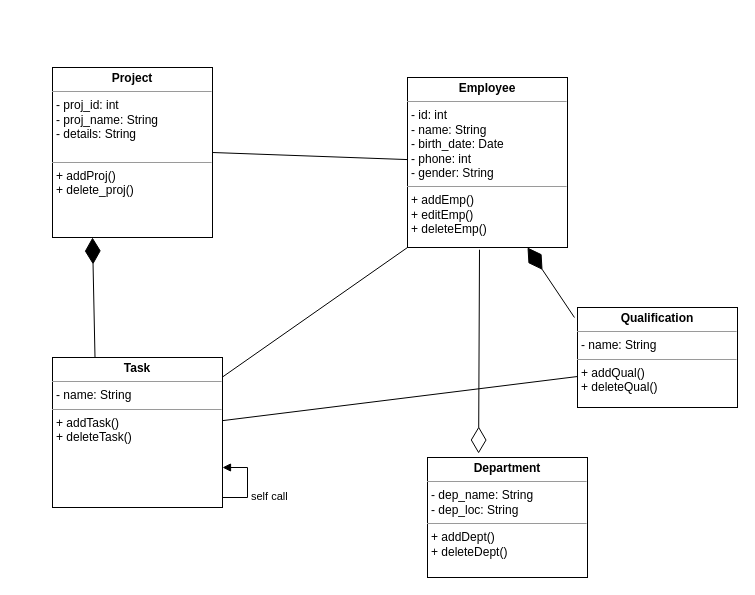
This is Employees Exercise.drawio from Ayah1510/DataModellingExercise, a draw.io file, before an edit. Source tidied: cells renumbered, new cells numbered last; positions are measured from the earlier drawing's top-left corner, leaving out a move shared by most shapes. Both pictures are drawn from the tidied source at 100%, with x=0, y=0 at pixel (52, 67).
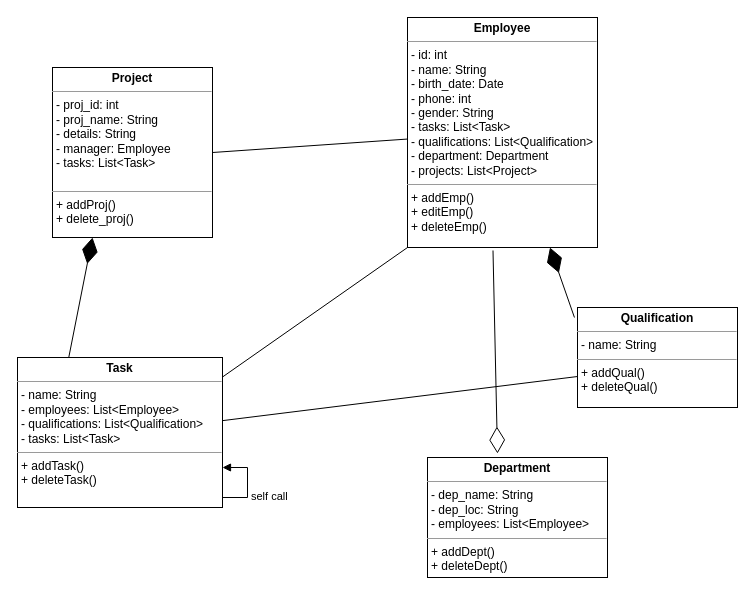
After the change.

Diff of the diagram source:
```diff
@@
 <mxGraphModel>
   <root>
     <mxCell id="0" />
     <mxCell id="1" parent="0" />
     <mxCell id="2" style="endArrow=diamondThin;endFill=1;endSize=24;html=1;rounded=0;entryX=0.25;entryY=1;entryDx=0;entryDy=0;exitX=0.25;exitY=0;exitDx=0;exitDy=0;" parent="1" edge="1" source="10" target="9">
       <mxGeometry relative="1" as="geometry" />
     </mxCell>
     <mxCell id="3" style="endArrow=diamondThin;endFill=1;endSize=24;html=1;rounded=0;entryX=0.75;entryY=1;entryDx=0;entryDy=0;exitX=-0.019;exitY=0.1;exitDx=0;exitDy=0;exitPerimeter=0;" parent="1" edge="1" source="13" target="8">
       <mxGeometry relative="1" as="geometry" />
     </mxCell>
     <mxCell id="4" style="endArrow=none;html=1;rounded=0;exitX=1;exitY=0.5;exitDx=0;exitDy=0;" parent="1" edge="1" source="9" target="8">
       <mxGeometry relative="1" as="geometry" />
     </mxCell>
     <mxCell id="5" style="endArrow=none;html=1;rounded=0;entryX=0;entryY=1;entryDx=0;entryDy=0;" parent="1" edge="1" target="8">
       <mxGeometry relative="1" as="geometry">
         <mxPoint x="155" y="320" as="sourcePoint" />
       </mxGeometry>
     </mxCell>
     <mxCell id="6" style="endArrow=none;html=1;rounded=0;exitX=1;exitY=0.5;exitDx=0;exitDy=0;entryX=0.006;entryY=0.689;entryDx=0;entryDy=0;entryPerimeter=0;" parent="1" edge="1" target="13">
       <mxGeometry relative="1" as="geometry">
         <mxPoint x="155" y="355" as="sourcePoint" />
       </mxGeometry>
     </mxCell>
-    <mxCell id="7" style="endArrow=diamondThin;endFill=0;endSize=24;html=1;rounded=0;entryX=0.079;entryY=-0.033;entryDx=0;entryDy=0;entryPerimeter=0;exitX=0.45;exitY=1.013;exitDx=0;exitDy=0;exitPerimeter=0;" parent="1" edge="1" source="8">
+    <mxCell id="7" style="endArrow=diamondThin;endFill=0;endSize=24;html=1;rounded=0;exitX=0.45;exitY=1.013;exitDx=0;exitDy=0;exitPerimeter=0;" parent="1" edge="1" source="8">
       <mxGeometry relative="1" as="geometry">
-        <mxPoint x="426.1" y="386" as="targetPoint" />
+        <mxPoint x="445" y="386" as="targetPoint" />
       </mxGeometry>
     </mxCell>
-    <mxCell id="8" value="&lt;p style=&quot;margin:0px;margin-top:4px;text-align:center;&quot;&gt;&lt;b&gt;Employee&lt;/b&gt;&lt;/p&gt;&lt;hr size=&quot;1&quot;&gt;&lt;p style=&quot;margin:0px;margin-left:4px;&quot;&gt;- id: int&lt;/p&gt;&lt;p style=&quot;margin:0px;margin-left:4px;&quot;&gt;- name: String&lt;/p&gt;&lt;p style=&quot;margin:0px;margin-left:4px;&quot;&gt;- birth_date: Date&lt;/p&gt;&lt;p style=&quot;margin:0px;margin-left:4px;&quot;&gt;- phone: int&lt;/p&gt;&lt;p style=&quot;margin:0px;margin-left:4px;&quot;&gt;- gender: String&lt;/p&gt;&lt;hr size=&quot;1&quot;&gt;&lt;p style=&quot;margin:0px;margin-left:4px;&quot;&gt;+ addEmp()&lt;/p&gt;&lt;p style=&quot;margin:0px;margin-left:4px;&quot;&gt;+ editEmp()&lt;/p&gt;&lt;p style=&quot;margin:0px;margin-left:4px;&quot;&gt;+ deleteEmp()&lt;/p&gt;&lt;p style=&quot;margin:0px;margin-left:4px;&quot;&gt;&lt;br&gt;&lt;/p&gt;" style="verticalAlign=top;align=left;overflow=fill;fontSize=12;fontFamily=Helvetica;html=1;" parent="1" vertex="1">
-      <mxGeometry x="355" y="10" width="160" height="170" as="geometry" />
+    <mxCell id="8" value="&lt;p style=&quot;margin:0px;margin-top:4px;text-align:center;&quot;&gt;&lt;b&gt;Employee&lt;/b&gt;&lt;/p&gt;&lt;hr size=&quot;1&quot;&gt;&lt;p style=&quot;margin:0px;margin-left:4px;&quot;&gt;- id: int&lt;/p&gt;&lt;p style=&quot;margin:0px;margin-left:4px;&quot;&gt;- name: String&lt;/p&gt;&lt;p style=&quot;margin:0px;margin-left:4px;&quot;&gt;- birth_date: Date&lt;/p&gt;&lt;p style=&quot;margin:0px;margin-left:4px;&quot;&gt;- phone: int&lt;/p&gt;&lt;p style=&quot;margin:0px;margin-left:4px;&quot;&gt;- gender: String&lt;/p&gt;&lt;p style=&quot;margin:0px;margin-left:4px;&quot;&gt;- tasks: List&amp;lt;Task&amp;gt;&lt;/p&gt;&lt;p style=&quot;margin:0px;margin-left:4px;&quot;&gt;- qualifications: List&amp;lt;Qualification&amp;gt;&lt;/p&gt;&lt;p style=&quot;margin:0px;margin-left:4px;&quot;&gt;- department: Department&lt;/p&gt;&lt;p style=&quot;margin:0px;margin-left:4px;&quot;&gt;- projects: List&amp;lt;Project&amp;gt;&lt;/p&gt;&lt;hr size=&quot;1&quot;&gt;&lt;p style=&quot;margin:0px;margin-left:4px;&quot;&gt;+ addEmp()&lt;/p&gt;&lt;p style=&quot;margin:0px;margin-left:4px;&quot;&gt;+ editEmp()&lt;/p&gt;&lt;p style=&quot;margin:0px;margin-left:4px;&quot;&gt;+ deleteEmp()&lt;/p&gt;&lt;p style=&quot;margin:0px;margin-left:4px;&quot;&gt;&lt;br&gt;&lt;/p&gt;" style="verticalAlign=top;align=left;overflow=fill;fontSize=12;fontFamily=Helvetica;html=1;" parent="1" vertex="1">
+      <mxGeometry x="355" y="-50" width="190" height="230" as="geometry" />
     </mxCell>
-    <mxCell id="9" value="&lt;p style=&quot;margin:0px;margin-top:4px;text-align:center;&quot;&gt;&lt;b&gt;Project&lt;/b&gt;&lt;/p&gt;&lt;hr size=&quot;1&quot;&gt;&lt;p style=&quot;margin:0px;margin-left:4px;&quot;&gt;- proj_id: int&lt;/p&gt;&lt;p style=&quot;margin:0px;margin-left:4px;&quot;&gt;- proj_name: String&lt;/p&gt;&lt;p style=&quot;margin:0px;margin-left:4px;&quot;&gt;- details: String&lt;/p&gt;&lt;p style=&quot;margin:0px;margin-left:4px;&quot;&gt;&lt;br&gt;&lt;/p&gt;&lt;hr size=&quot;1&quot;&gt;&lt;p style=&quot;margin:0px;margin-left:4px;&quot;&gt;+ addProj()&lt;/p&gt;&lt;p style=&quot;margin:0px;margin-left:4px;&quot;&gt;+ delete_proj()&lt;/p&gt;" style="verticalAlign=top;align=left;overflow=fill;fontSize=12;fontFamily=Helvetica;html=1;" parent="1" vertex="1">
+    <mxCell id="9" value="&lt;p style=&quot;margin:0px;margin-top:4px;text-align:center;&quot;&gt;&lt;b&gt;Project&lt;/b&gt;&lt;/p&gt;&lt;hr size=&quot;1&quot;&gt;&lt;p style=&quot;margin:0px;margin-left:4px;&quot;&gt;- proj_id: int&lt;/p&gt;&lt;p style=&quot;margin:0px;margin-left:4px;&quot;&gt;- proj_name: String&lt;/p&gt;&lt;p style=&quot;margin:0px;margin-left:4px;&quot;&gt;- details: String&lt;/p&gt;&lt;p style=&quot;margin:0px;margin-left:4px;&quot;&gt;- manager: Employee&lt;/p&gt;&lt;p style=&quot;margin:0px;margin-left:4px;&quot;&gt;- tasks: List&amp;lt;Task&amp;gt;&lt;/p&gt;&lt;p style=&quot;margin:0px;margin-left:4px;&quot;&gt;&lt;br&gt;&lt;/p&gt;&lt;hr size=&quot;1&quot;&gt;&lt;p style=&quot;margin:0px;margin-left:4px;&quot;&gt;+ addProj()&lt;/p&gt;&lt;p style=&quot;margin:0px;margin-left:4px;&quot;&gt;+ delete_proj()&lt;/p&gt;" style="verticalAlign=top;align=left;overflow=fill;fontSize=12;fontFamily=Helvetica;html=1;" parent="1" vertex="1">
       <mxGeometry width="160" height="170" as="geometry" />
     </mxCell>
-    <mxCell id="10" value="&lt;p style=&quot;margin:0px;margin-top:4px;text-align:center;&quot;&gt;&lt;b&gt;Task&lt;/b&gt;&lt;/p&gt;&lt;hr size=&quot;1&quot;&gt;&lt;p style=&quot;margin:0px;margin-left:4px;&quot;&gt;- name: String&lt;/p&gt;&lt;hr size=&quot;1&quot;&gt;&lt;p style=&quot;margin:0px;margin-left:4px;&quot;&gt;+ addTask()&lt;/p&gt;&lt;p style=&quot;margin:0px;margin-left:4px;&quot;&gt;+ deleteTask()&lt;/p&gt;" style="verticalAlign=top;align=left;overflow=fill;fontSize=12;fontFamily=Helvetica;html=1;" parent="1" vertex="1">
-      <mxGeometry y="290" width="170" height="150" as="geometry" />
+    <mxCell id="10" value="&lt;p style=&quot;margin:0px;margin-top:4px;text-align:center;&quot;&gt;&lt;b&gt;Task&lt;/b&gt;&lt;/p&gt;&lt;hr size=&quot;1&quot;&gt;&lt;p style=&quot;margin:0px;margin-left:4px;&quot;&gt;- name: String&lt;/p&gt;&lt;p style=&quot;margin:0px;margin-left:4px;&quot;&gt;- employees:&amp;nbsp;List&amp;lt;Employee&amp;gt;&lt;/p&gt;&lt;p style=&quot;margin:0px;margin-left:4px;&quot;&gt;- qualifications:&amp;nbsp;List&amp;lt;Qualification&amp;gt;&lt;/p&gt;&lt;p style=&quot;margin:0px;margin-left:4px;&quot;&gt;- tasks:&amp;nbsp;List&amp;lt;Task&amp;gt;&lt;/p&gt;&lt;hr size=&quot;1&quot;&gt;&lt;p style=&quot;margin:0px;margin-left:4px;&quot;&gt;+ addTask()&lt;/p&gt;&lt;p style=&quot;margin:0px;margin-left:4px;&quot;&gt;+ deleteTask()&lt;/p&gt;" style="verticalAlign=top;align=left;overflow=fill;fontSize=12;fontFamily=Helvetica;html=1;" parent="1" vertex="1">
+      <mxGeometry x="-35" y="290" width="205" height="150" as="geometry" />
     </mxCell>
     <mxCell id="11" value="self call" style="edgeStyle=orthogonalEdgeStyle;html=1;align=left;spacingLeft=2;endArrow=block;rounded=0;exitX=1;exitY=0.75;exitDx=0;exitDy=0;" parent="1" edge="1" source="10" target="10">
       <mxGeometry relative="1" as="geometry">
         <Array as="points">
           <mxPoint x="170" y="430" />
           <mxPoint x="195" y="430" />
           <mxPoint x="195" y="400" />
         </Array>
       </mxGeometry>
     </mxCell>
-    <mxCell id="12" value="&lt;p style=&quot;margin:0px;margin-top:4px;text-align:center;&quot;&gt;&lt;b&gt;Department&lt;/b&gt;&lt;/p&gt;&lt;hr size=&quot;1&quot;&gt;&lt;p style=&quot;margin:0px;margin-left:4px;&quot;&gt;- dep_name: String&lt;/p&gt;&lt;p style=&quot;margin:0px;margin-left:4px;&quot;&gt;- dep_loc: String&lt;/p&gt;&lt;hr size=&quot;1&quot;&gt;&lt;p style=&quot;margin:0px;margin-left:4px;&quot;&gt;+ addDept()&lt;/p&gt;&lt;p style=&quot;margin:0px;margin-left:4px;&quot;&gt;+ deleteDept()&lt;/p&gt;" style="verticalAlign=top;align=left;overflow=fill;fontSize=12;fontFamily=Helvetica;html=1;" parent="1" vertex="1">
-      <mxGeometry x="375" y="390" width="160" height="120" as="geometry" />
+    <mxCell id="12" value="&lt;p style=&quot;margin:0px;margin-top:4px;text-align:center;&quot;&gt;&lt;b&gt;Department&lt;/b&gt;&lt;/p&gt;&lt;hr size=&quot;1&quot;&gt;&lt;p style=&quot;margin:0px;margin-left:4px;&quot;&gt;- dep_name: String&lt;/p&gt;&lt;p style=&quot;margin:0px;margin-left:4px;&quot;&gt;- dep_loc: String&lt;/p&gt;&lt;p style=&quot;margin:0px;margin-left:4px;&quot;&gt;- employees:&amp;nbsp;List&amp;lt;Employee&amp;gt;&lt;/p&gt;&lt;hr size=&quot;1&quot;&gt;&lt;p style=&quot;margin:0px;margin-left:4px;&quot;&gt;+ addDept()&lt;/p&gt;&lt;p style=&quot;margin:0px;margin-left:4px;&quot;&gt;+ deleteDept()&lt;/p&gt;" style="verticalAlign=top;align=left;overflow=fill;fontSize=12;fontFamily=Helvetica;html=1;" parent="1" vertex="1">
+      <mxGeometry x="375" y="390" width="180" height="120" as="geometry" />
     </mxCell>
     <mxCell id="13" value="&lt;p style=&quot;margin:0px;margin-top:4px;text-align:center;&quot;&gt;&lt;b&gt;Qualification&lt;/b&gt;&lt;/p&gt;&lt;hr size=&quot;1&quot;&gt;&lt;p style=&quot;margin:0px;margin-left:4px;&quot;&gt;- name: String&lt;/p&gt;&lt;hr size=&quot;1&quot;&gt;&lt;p style=&quot;margin:0px;margin-left:4px;&quot;&gt;+ addQual()&lt;/p&gt;&lt;p style=&quot;margin:0px;margin-left:4px;&quot;&gt;+ deleteQual()&lt;/p&gt;" style="verticalAlign=top;align=left;overflow=fill;fontSize=12;fontFamily=Helvetica;html=1;" parent="1" vertex="1">
       <mxGeometry x="525" y="240" width="160" height="100" as="geometry" />
     </mxCell>
   </root>
 </mxGraphModel>
```
